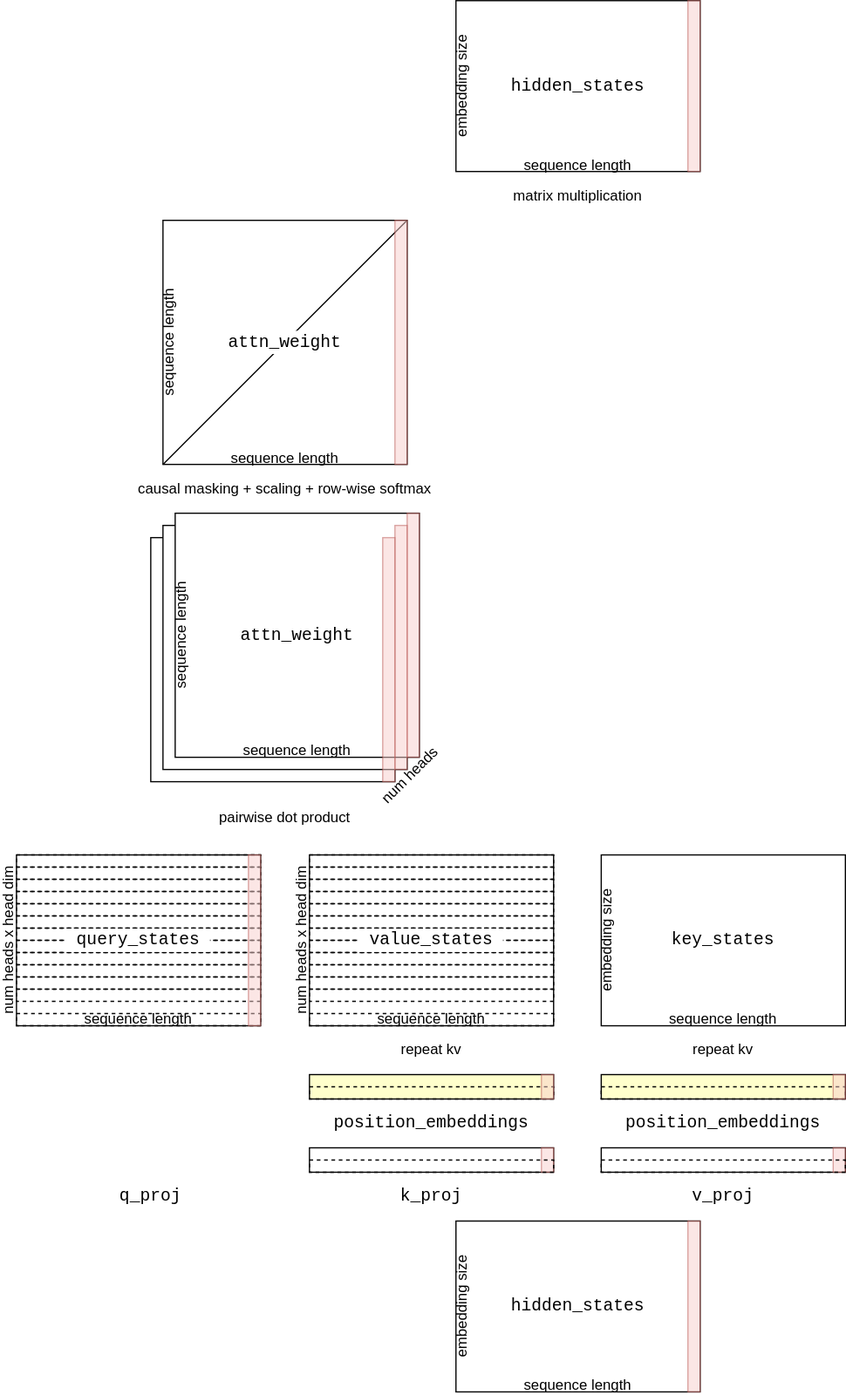
This is architecture.drawio.svg from tonghuikang/llm_architecture, a draw.io export, as it was before one commit. Source tidied: cells renumbered, new cells last; positions are measured from the earlier drawing's top-left corner, leaving out a move shared by most shapes.
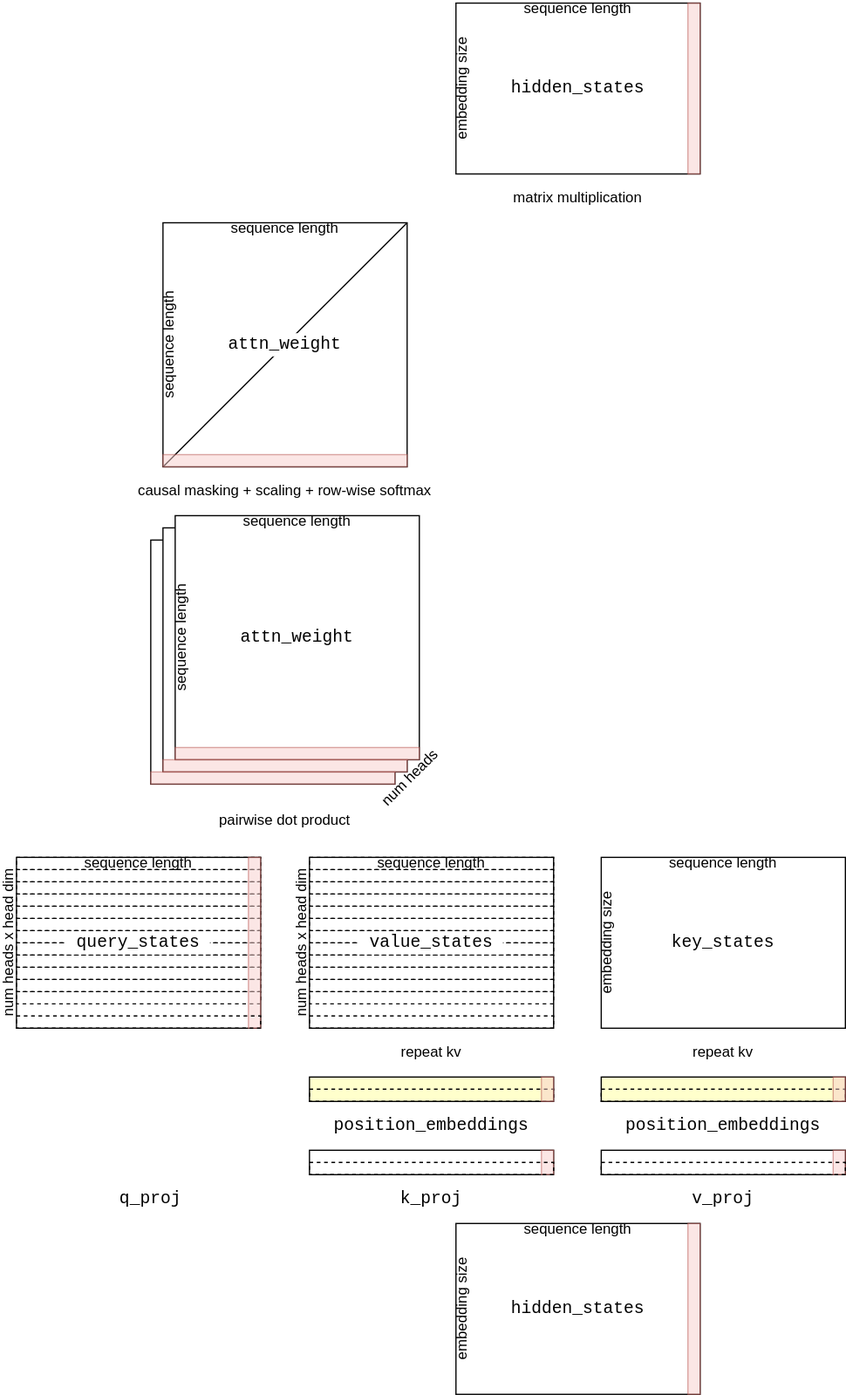
After the commit.

What changed in the source:
```diff
@@ -45,7 +45,7 @@
       <mxGeometry x="461" y="140" width="150" height="40" as="geometry" />
     </mxCell>
     <mxCell id="16" value="sequence length" style="text;html=1;align=center;verticalAlign=middle;whiteSpace=wrap;rounded=0;fillColor=none;" parent="1" vertex="1">
-      <mxGeometry x="436" y="1130" width="200" height="10" as="geometry" />
+      <mxGeometry x="436" y="1000" width="200" height="10" as="geometry" />
     </mxCell>
     <mxCell id="17" value="embedding size" style="rounded=0;whiteSpace=wrap;html=1;rotation=-90;strokeColor=none;fillColor=none;" parent="1" vertex="1">
       <mxGeometry x="371" y="1065" width="140" height="10" as="geometry" />
@@ -57,11 +57,8 @@
       <mxGeometry x="76" y="700" width="200" height="10" as="geometry" />
     </mxCell>
     <mxCell id="20" value="sequence length" style="text;html=1;align=center;verticalAlign=middle;whiteSpace=wrap;rounded=0;fillColor=none;" parent="1" vertex="1">
-      <mxGeometry x="555" y="830" width="200" height="10" as="geometry" />
+      <mxGeometry x="555" y="700" width="200" height="10" as="geometry" />
     </mxCell>
-    <mxCell id="21" value="sequence length" style="text;html=1;align=center;verticalAlign=middle;whiteSpace=wrap;rounded=0;fillColor=none;" parent="1" vertex="1">
-      <mxGeometry x="76" y="830" width="200" height="10" as="geometry" />
-    </mxCell>
     <mxCell id="22" style="rounded=0;whiteSpace=wrap;html=1;dashed=1;fillColor=none;" parent="1" vertex="1">
       <mxGeometry x="76" y="710" width="200" height="10" as="geometry" />
     </mxCell>
@@ -95,9 +92,6 @@
     <mxCell id="32" style="rounded=0;whiteSpace=wrap;html=1;dashed=1;fillColor=none;" parent="1" vertex="1">
       <mxGeometry x="76" y="810" width="200" height="10" as="geometry" />
     </mxCell>
-    <mxCell id="33" style="rounded=0;whiteSpace=wrap;html=1;dashed=1;fillColor=none;" parent="1" vertex="1">
-      <mxGeometry x="76" y="830" width="200" height="10" as="geometry" />
-    </mxCell>
     <mxCell id="34" style="rounded=0;whiteSpace=wrap;html=1;fillColor=none;" parent="1" vertex="1">
       <mxGeometry x="316" y="700" width="200" height="140" as="geometry" />
     </mxCell>
@@ -105,7 +99,7 @@
       <mxGeometry x="316" y="700" width="200" height="10" as="geometry" />
     </mxCell>
     <mxCell id="36" value="sequence length" style="text;html=1;align=center;verticalAlign=middle;whiteSpace=wrap;rounded=0;fillColor=none;" parent="1" vertex="1">
-      <mxGeometry x="316" y="830" width="200" height="10" as="geometry" />
+      <mxGeometry x="316" y="700" width="200" height="10" as="geometry" />
     </mxCell>
     <mxCell id="37" style="rounded=0;whiteSpace=wrap;html=1;dashed=1;fillColor=none;" parent="1" vertex="1">
       <mxGeometry x="316" y="710" width="200" height="10" as="geometry" />
@@ -140,9 +134,6 @@
     <mxCell id="47" style="rounded=0;whiteSpace=wrap;html=1;dashed=1;fillColor=none;" parent="1" vertex="1">
       <mxGeometry x="316" y="810" width="200" height="10" as="geometry" />
     </mxCell>
-    <mxCell id="48" style="rounded=0;whiteSpace=wrap;html=1;dashed=1;fillColor=none;" parent="1" vertex="1">
-      <mxGeometry x="316" y="830" width="200" height="10" as="geometry" />
-    </mxCell>
     <mxCell id="49" value="num heads x head dim" style="rounded=0;whiteSpace=wrap;html=1;rotation=-90;strokeColor=none;fillColor=none;" parent="1" vertex="1">
       <mxGeometry x="240" y="765" width="140" height="10" as="geometry" />
     </mxCell>
@@ -150,7 +141,7 @@
       <mxGeometry y="765" width="140" height="10" as="geometry" />
     </mxCell>
     <mxCell id="51" value="sequence length" style="text;html=1;align=center;verticalAlign=middle;whiteSpace=wrap;rounded=0;fillColor=none;" parent="1" vertex="1">
-      <mxGeometry x="436" y="130" width="200" height="10" as="geometry" />
+      <mxGeometry x="436" width="200" height="10" as="geometry" />
     </mxCell>
     <mxCell id="52" value="embedding size" style="rounded=0;whiteSpace=wrap;html=1;rotation=-90;strokeColor=none;fillColor=none;" parent="1" vertex="1">
       <mxGeometry x="371" y="65" width="140" height="10" as="geometry" />
@@ -200,11 +191,11 @@
     <mxCell id="67" style="rounded=0;whiteSpace=wrap;html=1;fillColor=none;" parent="1" vertex="1">
       <mxGeometry x="196" y="180" width="200" height="200" as="geometry" />
     </mxCell>
-    <mxCell id="68" style="endArrow=none;html=1;rounded=0;entryX=0;entryY=1;entryDx=0;entryDy=0;exitX=1;exitY=0;exitDx=0;exitDy=0;" parent="1" edge="1" source="67" target="72">
+    <mxCell id="68" style="endArrow=none;html=1;rounded=0;exitX=1;exitY=0;exitDx=0;exitDy=0;entryX=0;entryY=1;entryDx=0;entryDy=0;" parent="1" edge="1" source="67" target="67">
       <mxGeometry relative="1" as="geometry" />
     </mxCell>
     <mxCell id="69" value="sequence length" style="text;html=1;align=center;verticalAlign=middle;whiteSpace=wrap;rounded=0;fillColor=none;" parent="1" vertex="1">
-      <mxGeometry x="206" y="610" width="200" height="10" as="geometry" />
+      <mxGeometry x="206" y="420" width="200" height="10" as="geometry" />
     </mxCell>
     <mxCell id="70" value="sequence length" style="rounded=0;whiteSpace=wrap;html=1;rotation=-90;strokeColor=none;fillColor=none;" parent="1" vertex="1">
       <mxGeometry x="111" y="515" width="200" height="10" as="geometry" />
@@ -213,7 +204,7 @@
       <mxGeometry x="101" y="275" width="200" height="10" as="geometry" />
     </mxCell>
     <mxCell id="72" value="sequence length" style="text;html=1;align=center;verticalAlign=middle;whiteSpace=wrap;rounded=0;fillColor=none;" parent="1" vertex="1">
-      <mxGeometry x="196" y="370" width="200" height="10" as="geometry" />
+      <mxGeometry x="196" y="180" width="200" height="10" as="geometry" />
     </mxCell>
     <mxCell id="73" value="&lt;pre style=&quot;box-sizing: border-box; overflow: auto; font-size: 14px; padding: 1px 0px; margin-top: 0px; margin-bottom: 0px; line-height: inherit; word-break: break-all; overflow-wrap: break-word; background-color: rgb(255, 255, 255); border: 0px; border-radius: 0px; text-wrap-mode: wrap; vertical-align: baseline; text-align: left;&quot;&gt;attn_weight&lt;/pre&gt;" style="text;html=1;align=center;verticalAlign=middle;whiteSpace=wrap;rounded=0;fillColor=none;" parent="1" vertex="1">
       <mxGeometry x="206" y="500" width="200" height="40" as="geometry" />
@@ -221,17 +212,17 @@
     <mxCell id="74" value="&lt;pre style=&quot;box-sizing: border-box; overflow: auto; font-size: 14px; padding: 1px 0px; margin-top: 0px; margin-bottom: 0px; line-height: inherit; word-break: break-all; overflow-wrap: break-word; background-color: rgb(255, 255, 255); border: 0px; border-radius: 0px; text-wrap-mode: wrap; vertical-align: baseline; text-align: left;&quot;&gt;attn_weight&lt;/pre&gt;" style="text;html=1;align=center;verticalAlign=middle;whiteSpace=wrap;rounded=0;fillColor=none;" parent="1" vertex="1">
       <mxGeometry x="196" y="260" width="200" height="40" as="geometry" />
     </mxCell>
-    <mxCell id="75" style="rounded=0;whiteSpace=wrap;html=1;fillColor=#f8cecc;opacity=50;strokeColor=#b85450;" parent="1" vertex="1">
-      <mxGeometry x="396" y="420" width="10" height="200" as="geometry" />
+    <mxCell id="75" style="rounded=0;whiteSpace=wrap;html=1;fillColor=#f8cecc;opacity=50;strokeColor=#b85450;rotation=90;" parent="1" vertex="1">
+      <mxGeometry x="301" y="515" width="10" height="200" as="geometry" />
     </mxCell>
-    <mxCell id="76" style="rounded=0;whiteSpace=wrap;html=1;fillColor=#f8cecc;opacity=50;strokeColor=#b85450;" parent="1" vertex="1">
-      <mxGeometry x="386" y="430" width="10" height="200" as="geometry" />
+    <mxCell id="76" style="rounded=0;whiteSpace=wrap;html=1;fillColor=#f8cecc;opacity=50;strokeColor=#b85450;rotation=90;" parent="1" vertex="1">
+      <mxGeometry x="291" y="525" width="10" height="200" as="geometry" />
     </mxCell>
-    <mxCell id="77" style="rounded=0;whiteSpace=wrap;html=1;fillColor=#f8cecc;opacity=50;strokeColor=#b85450;" parent="1" vertex="1">
-      <mxGeometry x="376" y="440" width="10" height="200" as="geometry" />
+    <mxCell id="77" style="rounded=0;whiteSpace=wrap;html=1;fillColor=#f8cecc;opacity=50;strokeColor=#b85450;rotation=90;" parent="1" vertex="1">
+      <mxGeometry x="281" y="535" width="10" height="200" as="geometry" />
     </mxCell>
-    <mxCell id="78" style="rounded=0;whiteSpace=wrap;html=1;fillColor=#f8cecc;opacity=50;strokeColor=#b85450;" parent="1" vertex="1">
-      <mxGeometry x="386" y="180" width="10" height="200" as="geometry" />
+    <mxCell id="78" style="rounded=0;whiteSpace=wrap;html=1;fillColor=#f8cecc;opacity=50;strokeColor=#b85450;rotation=90;" parent="1" vertex="1">
+      <mxGeometry x="291" y="275" width="10" height="200" as="geometry" />
     </mxCell>
     <mxCell id="79" value="&lt;pre style=&quot;box-sizing: border-box; overflow: auto; font-size: 14px; padding: 1px 0px; margin-top: 0px; margin-bottom: 0px; line-height: inherit; word-break: break-all; overflow-wrap: break-word; background-color: rgb(255, 255, 255); border: 0px; border-radius: 0px; text-wrap-mode: wrap; vertical-align: baseline; text-align: left;&quot;&gt; position_embeddings &lt;/pre&gt;" style="text;html=1;align=center;verticalAlign=middle;whiteSpace=wrap;rounded=0;fillColor=none;" parent="1" vertex="1">
       <mxGeometry x="316" y="900" width="200" height="40" as="geometry" />
@@ -263,5 +254,14 @@
     <mxCell id="88" value="num heads" style="text;html=1;align=center;verticalAlign=middle;whiteSpace=wrap;rounded=0;fillColor=none;rotation=-45;" parent="1" vertex="1">
       <mxGeometry x="361" y="630" width="75" height="10" as="geometry" />
     </mxCell>
+    <mxCell id="48" style="rounded=0;whiteSpace=wrap;html=1;dashed=1;fillColor=none;" parent="1" vertex="1">
+      <mxGeometry x="316" y="830" width="200" height="10" as="geometry" />
+    </mxCell>
+    <mxCell id="33" style="rounded=0;whiteSpace=wrap;html=1;dashed=1;fillColor=none;" parent="1" vertex="1">
+      <mxGeometry x="76" y="830" width="200" height="10" as="geometry" />
+    </mxCell>
+    <mxCell id="21" value="sequence length" style="text;html=1;align=center;verticalAlign=middle;whiteSpace=wrap;rounded=0;fillColor=none;" parent="1" vertex="1">
+      <mxGeometry x="76" y="700" width="200" height="10" as="geometry" />
+    </mxCell>
   </root>
 </mxGraphModel>
```
